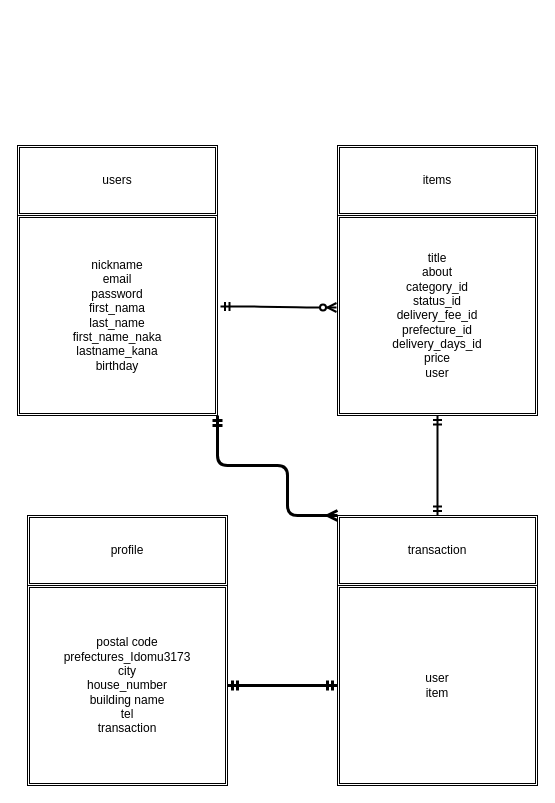
hakanaidomu/furima-34384 keeps this draw.io diagram as ER.dio. Above is the earlier version. Source tidied: cells renumbered, new cells numbered last; positions are measured from the earlier drawing's top-left corner, leaving out a move shared by most shapes. Both pictures are drawn from the tidied source at 100%, with x=0, y=0 at pixel (17, 25).
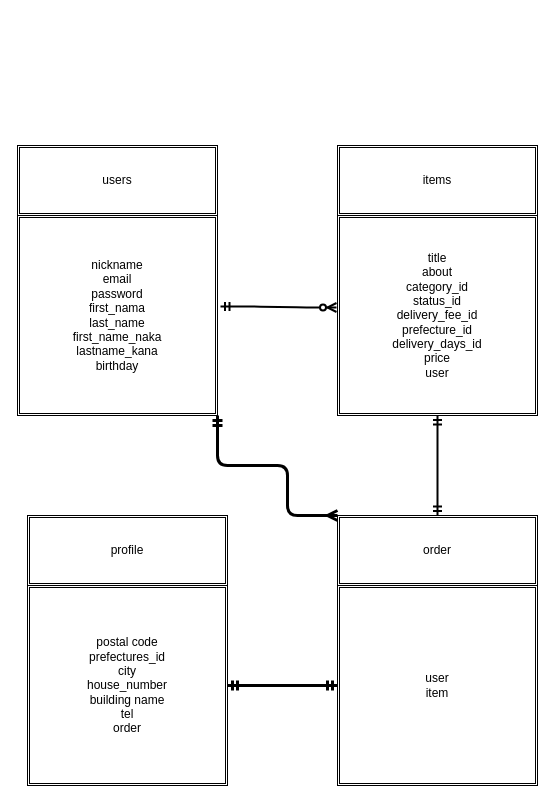
The same page after the edit.

Commit message (it also covers changes not shown here):
テーブル名の変更、それに伴うアソシエーション及びER図の変更

What changed in the source:
```diff
@@
 <mxGraphModel>
   <root>
     <mxCell id="0" />
     <mxCell id="1" parent="0" />
     <mxCell id="2" style="edgeStyle=none;rounded=0;orthogonalLoop=1;jettySize=auto;html=1;startArrow=ERmandOne;startFill=0;endArrow=ERoneToMany;endFill=0;" parent="1" edge="1">
       <mxGeometry relative="1" as="geometry">
         <mxPoint x="85" as="sourcePoint" />
         <mxPoint x="85" as="targetPoint" />
       </mxGeometry>
     </mxCell>
     <mxCell id="3" value="users" style="shape=ext;double=1;rounded=0;whiteSpace=wrap;html=1;sketch=0;align=center;" parent="1" vertex="1">
       <mxGeometry y="120" width="200" height="70" as="geometry" />
     </mxCell>
     <mxCell id="4" style="edgeStyle=orthogonalEdgeStyle;curved=0;rounded=1;sketch=0;orthogonalLoop=1;jettySize=auto;html=1;exitX=0.5;exitY=1;exitDx=0;exitDy=0;" parent="1" edge="1" source="3" target="3">
       <mxGeometry relative="1" as="geometry" />
     </mxCell>
     <mxCell id="5" style="edgeStyle=orthogonalEdgeStyle;curved=0;rounded=1;sketch=0;jettySize=auto;html=1;exitX=1;exitY=1;exitDx=0;exitDy=0;entryX=0;entryY=0;entryDx=0;entryDy=0;startArrow=ERmandOne;startFill=0;endArrow=ERmany;endFill=0;endSize=6;strokeWidth=3;" parent="1" edge="1" source="6" target="14">
       <mxGeometry relative="1" as="geometry">
         <Array as="points">
           <mxPoint x="200" y="440" />
           <mxPoint x="270" y="440" />
           <mxPoint x="270" y="490" />
         </Array>
       </mxGeometry>
     </mxCell>
     <mxCell id="6" value="nickname&lt;br&gt;email&lt;br&gt;password&lt;br&gt;first_nama&lt;br&gt;last_name&lt;br&gt;first_name_naka&lt;br&gt;lastname_kana&lt;br&gt;birthday" style="shape=ext;double=1;whiteSpace=wrap;html=1;rounded=0;sketch=0;align=center;" parent="1" vertex="1">
       <mxGeometry y="190" width="200" height="200" as="geometry" />
     </mxCell>
     <mxCell id="7" value="items" style="shape=ext;double=1;rounded=0;whiteSpace=wrap;html=1;sketch=0;align=center;" parent="1" vertex="1">
       <mxGeometry x="320" y="120" width="200" height="70" as="geometry" />
     </mxCell>
     <mxCell id="8" style="edgeStyle=orthogonalEdgeStyle;curved=0;rounded=1;sketch=0;jettySize=auto;html=1;exitX=0.5;exitY=1;exitDx=0;exitDy=0;entryX=0.5;entryY=0;entryDx=0;entryDy=0;startArrow=ERmandOne;startFill=0;endSize=6;strokeWidth=2;endArrow=ERmandOne;endFill=0;" parent="1" edge="1" source="9" target="14">
       <mxGeometry relative="1" as="geometry" />
     </mxCell>
     <mxCell id="9" value="title&lt;br&gt;&lt;span&gt;about&lt;/span&gt;&lt;br&gt;&lt;span&gt;category_id&lt;/span&gt;&lt;br&gt;&lt;span&gt;status_id&lt;/span&gt;&lt;br&gt;&lt;span&gt;delivery_fee_id&lt;br&gt;&lt;/span&gt;prefecture_id&lt;br&gt;delivery_days_id&lt;span&gt;&lt;br&gt;&lt;/span&gt;price&lt;br&gt;&lt;span&gt;user&lt;/span&gt;" style="shape=ext;double=1;whiteSpace=wrap;html=1;rounded=0;sketch=0;align=center;" parent="1" vertex="1">
       <mxGeometry x="320" y="190" width="200" height="200" as="geometry" />
     </mxCell>
     <mxCell id="10" style="edgeStyle=entityRelationEdgeStyle;fontSize=12;html=1;endArrow=ERzeroToMany;endFill=1;entryX=-0.005;entryY=0.46;entryDx=0;entryDy=0;entryPerimeter=0;exitX=1.015;exitY=0.455;exitDx=0;exitDy=0;exitPerimeter=0;startArrow=ERmandOne;startFill=0;strokeWidth=2;" parent="1" edge="1" source="6" target="9">
       <mxGeometry relative="1" as="geometry" />
     </mxCell>
     <mxCell id="11" value="profile" style="shape=ext;double=1;rounded=0;whiteSpace=wrap;html=1;sketch=0;align=center;" parent="1" vertex="1">
       <mxGeometry x="10" y="490" width="200" height="70" as="geometry" />
     </mxCell>
     <mxCell id="12" style="edgeStyle=orthogonalEdgeStyle;curved=0;rounded=1;sketch=0;jettySize=auto;html=1;exitX=1;exitY=0.5;exitDx=0;exitDy=0;entryX=0;entryY=0.5;entryDx=0;entryDy=0;startArrow=ERmandOne;startFill=0;endArrow=ERmandOne;endFill=0;endSize=6;strokeWidth=3;" parent="1" edge="1" source="13" target="15">
       <mxGeometry relative="1" as="geometry" />
     </mxCell>
-    <mxCell id="13" value="&lt;span&gt;postal code&lt;/span&gt;&lt;br&gt;&lt;span&gt;prefectures_Idomu3173&lt;/span&gt;&lt;br&gt;&lt;span&gt;city&lt;/span&gt;&lt;br&gt;&lt;span&gt;house_number&lt;/span&gt;&lt;br&gt;&lt;span&gt;building name&lt;/span&gt;&lt;br&gt;&lt;span&gt;tel&lt;/span&gt;&lt;br&gt;transaction" style="shape=ext;double=1;whiteSpace=wrap;html=1;rounded=0;sketch=0;align=center;" parent="1" vertex="1">
+    <mxCell id="13" value="&lt;span&gt;postal code&lt;/span&gt;&lt;br&gt;&lt;span&gt;prefectures_id&lt;/span&gt;&lt;br&gt;&lt;span&gt;city&lt;/span&gt;&lt;br&gt;&lt;span&gt;house_number&lt;/span&gt;&lt;br&gt;&lt;span&gt;building name&lt;/span&gt;&lt;br&gt;&lt;span&gt;tel&lt;/span&gt;&lt;br&gt;order" style="shape=ext;double=1;whiteSpace=wrap;html=1;rounded=0;sketch=0;align=center;" parent="1" vertex="1">
       <mxGeometry x="10" y="560" width="200" height="200" as="geometry" />
     </mxCell>
-    <mxCell id="14" value="transaction" style="shape=ext;double=1;rounded=0;whiteSpace=wrap;html=1;sketch=0;align=center;" parent="1" vertex="1">
+    <mxCell id="14" value="order" style="shape=ext;double=1;rounded=0;whiteSpace=wrap;html=1;sketch=0;align=center;" parent="1" vertex="1">
       <mxGeometry x="320" y="490" width="200" height="70" as="geometry" />
     </mxCell>
     <mxCell id="15" value="user&lt;br&gt;item" style="shape=ext;double=1;whiteSpace=wrap;html=1;rounded=0;sketch=0;align=center;" parent="1" vertex="1">
       <mxGeometry x="320" y="560" width="200" height="200" as="geometry" />
     </mxCell>
   </root>
 </mxGraphModel>
```
